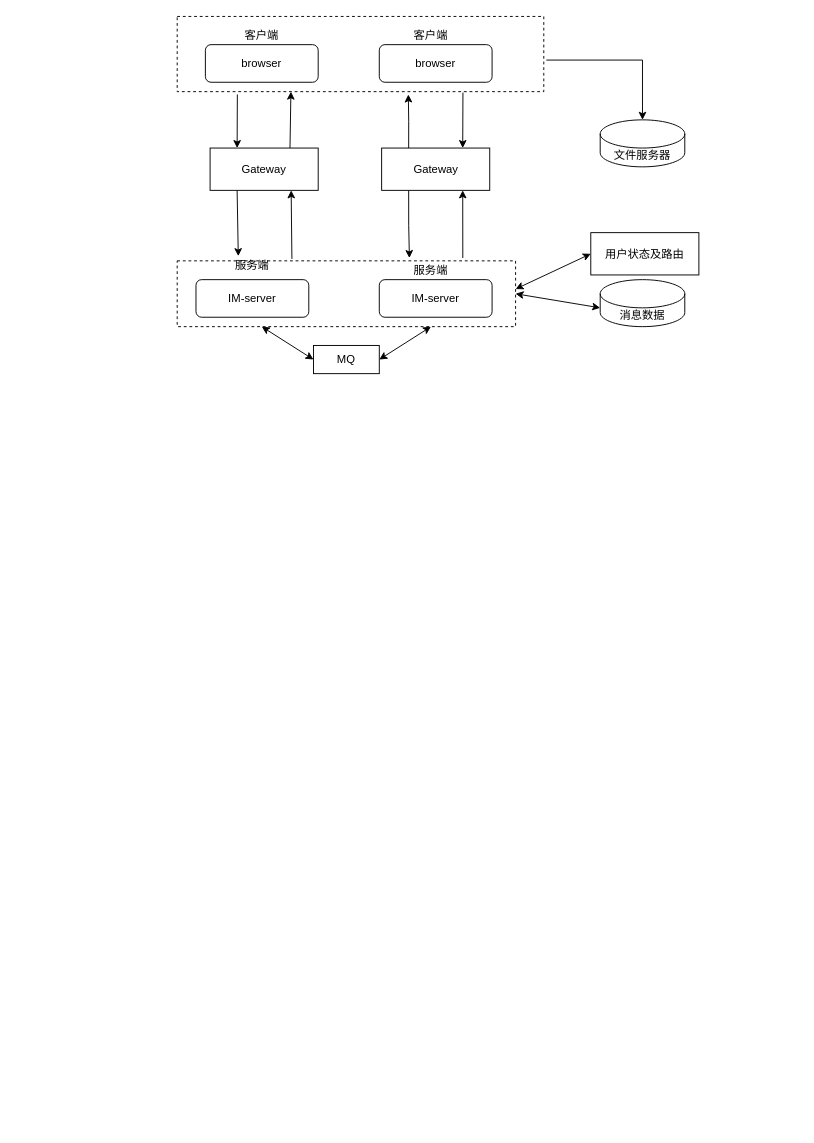
ayuanjm/im keeps this draw.io diagram as draw/Untitled Diagram.drawio. Above is the earlier version. Source tidied: cells renumbered, new cells numbered last; positions are measured from the earlier drawing's top-left corner, leaving out a move shared by most shapes. Both pictures are drawn from the tidied source at 94%, with x=0, y=0 at pixel (177, 16).
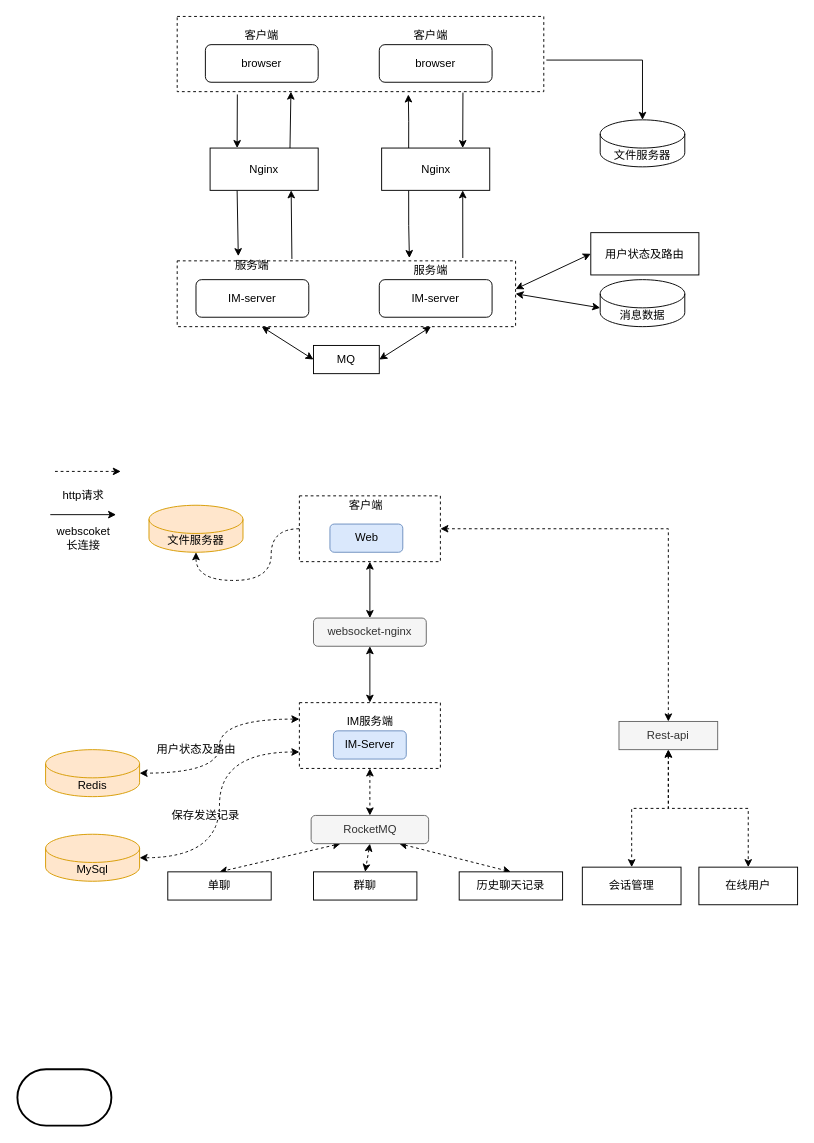
The same diagram, later.

Change to the diagram source:
```diff
@@
+    <mxCell id="31" style="edgeStyle=orthogonalEdgeStyle;rounded=0;jettySize=auto;html=1;exitX=0;exitY=0.5;exitDx=0;exitDy=0;entryX=0.5;entryY=1;entryDx=0;entryDy=0;entryPerimeter=0;startArrow=none;startFill=0;strokeColor=#000000;curved=1;dashed=1;" parent="1" edge="1" source="34" target="35">
+      <mxGeometry relative="1" as="geometry" />
+    </mxCell>
+    <mxCell id="32" style="edgeStyle=none;rounded=0;jettySize=auto;html=1;exitX=0.5;exitY=1;exitDx=0;exitDy=0;entryX=0.5;entryY=0;entryDx=0;entryDy=0;startArrow=classic;startFill=1;strokeColor=#000000;" parent="1" edge="1" source="34" target="39">
+      <mxGeometry relative="1" as="geometry" />
+    </mxCell>
+    <mxCell id="33" style="edgeStyle=orthogonalEdgeStyle;rounded=0;jettySize=auto;html=1;exitX=1;exitY=0.5;exitDx=0;exitDy=0;entryX=0.5;entryY=0;entryDx=0;entryDy=0;startArrow=classic;startFill=1;strokeColor=#000000;dashed=1;" parent="1" edge="1" source="34" target="55">
+      <mxGeometry relative="1" as="geometry" />
+    </mxCell>
+    <mxCell id="34" style="rounded=0;whiteSpace=wrap;html=1;strokeColor=#000000;strokeWidth=1;dashed=1;" parent="1" vertex="1">
+      <mxGeometry x="130" y="510" width="150" height="70" as="geometry" />
+    </mxCell>
@@
-    <mxCell id="10" value="Gateway" style="rounded=0;whiteSpace=wrap;html=1;strokeColor=#000000;strokeWidth=1;" parent="1" vertex="1">
+    <mxCell id="10" value="Nginx" style="rounded=0;whiteSpace=wrap;html=1;strokeColor=#000000;strokeWidth=1;" parent="1" vertex="1">
       <mxGeometry x="217.5" y="140" width="115" height="45" as="geometry" />
     </mxCell>
@@
-    <mxCell id="22" value="Gateway" style="rounded=0;whiteSpace=wrap;html=1;strokeColor=#000000;strokeWidth=1;" parent="1" vertex="1">
+    <mxCell id="22" value="Nginx" style="rounded=0;whiteSpace=wrap;html=1;strokeColor=#000000;strokeWidth=1;" parent="1" vertex="1">
       <mxGeometry x="35" y="140" width="115" height="45" as="geometry" />
     </mxCell>
@@
+    <mxCell id="35" value="文件服务器" style="shape=cylinder3;whiteSpace=wrap;html=1;boundedLbl=1;backgroundOutline=1;size=15;strokeColor=#d79b00;strokeWidth=1;fillColor=#ffe6cc;" parent="1" vertex="1">
+      <mxGeometry x="-30" y="520" width="100" height="50" as="geometry" />
+    </mxCell>
+    <mxCell id="36" value="Web" style="rounded=1;whiteSpace=wrap;html=1;strokeColor=#6c8ebf;strokeWidth=1;fillColor=#dae8fc;" parent="1" vertex="1">
+      <mxGeometry x="162.5" y="540" width="77.5" height="30" as="geometry" />
+    </mxCell>
+    <mxCell id="37" value="客户端" style="text;html=1;strokeColor=none;fillColor=none;align=center;verticalAlign=middle;whiteSpace=wrap;rounded=0;" parent="1" vertex="1">
+      <mxGeometry x="181" y="510" width="40" height="20" as="geometry" />
+    </mxCell>
+    <mxCell id="38" style="edgeStyle=none;rounded=0;jettySize=auto;html=1;exitX=0.5;exitY=1;exitDx=0;exitDy=0;entryX=0.5;entryY=0;entryDx=0;entryDy=0;startArrow=classic;startFill=1;strokeColor=#000000;" parent="1" edge="1" source="39" target="43">
+      <mxGeometry relative="1" as="geometry" />
+    </mxCell>
+    <mxCell id="39" value="websocket-nginx" style="rounded=1;whiteSpace=wrap;html=1;strokeColor=#666666;strokeWidth=1;fillColor=#f5f5f5;fontColor=#333333;" parent="1" vertex="1">
+      <mxGeometry x="145" y="640" width="120" height="30" as="geometry" />
+    </mxCell>
+    <mxCell id="40" style="edgeStyle=none;rounded=0;jettySize=auto;html=1;exitX=0.5;exitY=1;exitDx=0;exitDy=0;startArrow=classic;startFill=1;strokeColor=#000000;dashed=1;" parent="1" edge="1" source="43" target="49">
+      <mxGeometry relative="1" as="geometry" />
+    </mxCell>
+    <mxCell id="41" style="edgeStyle=orthogonalEdgeStyle;rounded=0;jettySize=auto;html=1;exitX=0;exitY=0.25;exitDx=0;exitDy=0;entryX=1;entryY=0.5;entryDx=0;entryDy=0;entryPerimeter=0;startArrow=classic;startFill=1;strokeColor=#000000;curved=1;dashed=1;" parent="1" edge="1" source="43" target="60">
+      <mxGeometry relative="1" as="geometry" />
+    </mxCell>
+    <mxCell id="42" style="edgeStyle=orthogonalEdgeStyle;curved=1;rounded=0;jettySize=auto;html=1;exitX=0;exitY=0.75;exitDx=0;exitDy=0;entryX=1;entryY=0.5;entryDx=0;entryDy=0;entryPerimeter=0;startArrow=classic;startFill=1;strokeColor=#000000;dashed=1;" parent="1" edge="1" source="43" target="59">
+      <mxGeometry relative="1" as="geometry" />
+    </mxCell>
+    <mxCell id="43" style="rounded=0;whiteSpace=wrap;html=1;strokeColor=#000000;strokeWidth=1;dashed=1;" parent="1" vertex="1">
+      <mxGeometry x="130" y="730" width="150" height="70" as="geometry" />
+    </mxCell>
+    <mxCell id="44" value="IM-Server" style="rounded=1;whiteSpace=wrap;html=1;strokeColor=#6c8ebf;strokeWidth=1;fillColor=#dae8fc;" parent="1" vertex="1">
+      <mxGeometry x="166.2" y="760" width="77.5" height="30" as="geometry" />
+    </mxCell>
+    <mxCell id="45" value="IM服务端" style="text;html=1;strokeColor=none;fillColor=none;align=center;verticalAlign=middle;whiteSpace=wrap;rounded=0;" parent="1" vertex="1">
+      <mxGeometry x="177.5" y="740" width="55" height="20" as="geometry" />
+    </mxCell>
+    <mxCell id="46" style="edgeStyle=none;rounded=0;jettySize=auto;html=1;exitX=0.25;exitY=1;exitDx=0;exitDy=0;entryX=0.5;entryY=0;entryDx=0;entryDy=0;startArrow=classic;startFill=1;strokeColor=#000000;dashed=1;" parent="1" edge="1" source="49" target="50">
+      <mxGeometry relative="1" as="geometry" />
+    </mxCell>
+    <mxCell id="47" style="edgeStyle=none;rounded=0;jettySize=auto;html=1;exitX=0.5;exitY=1;exitDx=0;exitDy=0;entryX=0.5;entryY=0;entryDx=0;entryDy=0;startArrow=classic;startFill=1;strokeColor=#000000;dashed=1;" parent="1" edge="1" source="49" target="51">
+      <mxGeometry relative="1" as="geometry" />
+    </mxCell>
+    <mxCell id="48" style="edgeStyle=none;rounded=0;jettySize=auto;html=1;exitX=0.75;exitY=1;exitDx=0;exitDy=0;entryX=0.5;entryY=0;entryDx=0;entryDy=0;startArrow=classic;startFill=1;strokeColor=#000000;dashed=1;" parent="1" edge="1" source="49" target="52">
+      <mxGeometry relative="1" as="geometry" />
+    </mxCell>
+    <mxCell id="49" value="RocketMQ" style="rounded=1;whiteSpace=wrap;html=1;strokeColor=#666666;strokeWidth=1;fillColor=#f5f5f5;fontColor=#333333;" parent="1" vertex="1">
+      <mxGeometry x="142.5" y="850" width="125" height="30" as="geometry" />
+    </mxCell>
+    <mxCell id="50" value="单聊" style="rounded=0;whiteSpace=wrap;html=1;strokeColor=#000000;strokeWidth=1;" parent="1" vertex="1">
+      <mxGeometry x="-10" y="910" width="110" height="30" as="geometry" />
+    </mxCell>
+    <mxCell id="51" value="群聊" style="rounded=0;whiteSpace=wrap;html=1;strokeColor=#000000;strokeWidth=1;" parent="1" vertex="1">
+      <mxGeometry x="145" y="910" width="110" height="30" as="geometry" />
+    </mxCell>
+    <mxCell id="52" value="历史聊天记录" style="rounded=0;whiteSpace=wrap;html=1;strokeColor=#000000;strokeWidth=1;" parent="1" vertex="1">
+      <mxGeometry x="300" y="910" width="110" height="30" as="geometry" />
+    </mxCell>
+    <mxCell id="53" style="edgeStyle=orthogonalEdgeStyle;rounded=0;jettySize=auto;html=1;exitX=0.5;exitY=1;exitDx=0;exitDy=0;entryX=0.5;entryY=0;entryDx=0;entryDy=0;startArrow=classic;startFill=1;strokeColor=#000000;dashed=1;" parent="1" edge="1" source="55" target="57">
+      <mxGeometry relative="1" as="geometry" />
+    </mxCell>
+    <mxCell id="54" style="edgeStyle=orthogonalEdgeStyle;rounded=0;jettySize=auto;html=1;exitX=0.5;exitY=1;exitDx=0;exitDy=0;entryX=0.5;entryY=0;entryDx=0;entryDy=0;startArrow=classic;startFill=1;strokeColor=#000000;dashed=1;" parent="1" edge="1" source="55" target="58">
+      <mxGeometry relative="1" as="geometry" />
+    </mxCell>
+    <mxCell id="55" value="Rest-api" style="rounded=0;whiteSpace=wrap;html=1;strokeColor=#666666;strokeWidth=1;fillColor=#f5f5f5;fontColor=#333333;" parent="1" vertex="1">
+      <mxGeometry x="470" y="750" width="105" height="30" as="geometry" />
+    </mxCell>
+    <mxCell id="56" style="edgeStyle=none;rounded=0;orthogonalLoop=1;jettySize=auto;html=1;exitX=0;exitY=0;exitDx=0;exitDy=0;startArrow=classic;startFill=1;strokeColor=#000000;" parent="1" edge="1" source="55" target="55">
+      <mxGeometry relative="1" as="geometry" />
+    </mxCell>
+    <mxCell id="57" value="在线用户" style="rounded=0;whiteSpace=wrap;html=1;strokeColor=#000000;strokeWidth=1;" parent="1" vertex="1">
+      <mxGeometry x="555" y="905" width="105" height="40" as="geometry" />
+    </mxCell>
+    <mxCell id="58" value="会话管理" style="rounded=0;whiteSpace=wrap;html=1;strokeColor=#000000;strokeWidth=1;" parent="1" vertex="1">
+      <mxGeometry x="431" y="905" width="105" height="40" as="geometry" />
+    </mxCell>
+    <mxCell id="59" value="MySql" style="shape=cylinder3;whiteSpace=wrap;html=1;boundedLbl=1;backgroundOutline=1;size=15;strokeColor=#d79b00;strokeWidth=1;fillColor=#ffe6cc;" parent="1" vertex="1">
+      <mxGeometry x="-140" y="870" width="100" height="50" as="geometry" />
+    </mxCell>
+    <mxCell id="60" value="Redis" style="shape=cylinder3;whiteSpace=wrap;html=1;boundedLbl=1;backgroundOutline=1;size=15;strokeColor=#d79b00;strokeWidth=1;fillColor=#ffe6cc;" parent="1" vertex="1">
+      <mxGeometry x="-140" y="780" width="100" height="50" as="geometry" />
+    </mxCell>
+    <mxCell id="61" value="用户状态及路由" style="text;html=1;align=center;verticalAlign=middle;" parent="1" vertex="1">
+      <mxGeometry x="-30" y="770" width="100" height="20" as="geometry" />
+    </mxCell>
+    <mxCell id="62" value="保存发送记录" style="text;html=1;align=center;verticalAlign=middle;" parent="1" vertex="1">
+      <mxGeometry x="-15" y="840" width="90" height="20" as="geometry" />
+    </mxCell>
+    <mxCell id="63" style="endArrow=classic;html=1;strokeColor=#000000;" parent="1" edge="1">
+      <mxGeometry relative="1" as="geometry">
+        <mxPoint x="-135" y="530" as="sourcePoint" />
+        <mxPoint x="-65" y="530" as="targetPoint" />
+      </mxGeometry>
+    </mxCell>
+    <mxCell id="64" style="endArrow=classic;html=1;dashed=1;strokeColor=#000000;" parent="1" edge="1">
+      <mxGeometry relative="1" as="geometry">
+        <mxPoint x="-130" y="484" as="sourcePoint" />
+        <mxPoint x="-60" y="484" as="targetPoint" />
+      </mxGeometry>
+    </mxCell>
+    <mxCell id="65" value="webscoket&lt;br&gt;长连接" style="text;html=1;align=center;verticalAlign=middle;" parent="1" vertex="1">
+      <mxGeometry x="-135" y="540" width="70" height="30" as="geometry" />
+    </mxCell>
+    <mxCell id="66" value="http请求" style="text;html=1;align=center;verticalAlign=middle;" parent="1" vertex="1">
+      <mxGeometry x="-130" y="500" width="60" height="20" as="geometry" />
+    </mxCell>
+    <mxCell id="67" style="strokeWidth=2;html=1;shape=mxgraph.flowchart.terminator;whiteSpace=wrap;" parent="1" vertex="1">
+      <mxGeometry x="-170" y="1120" width="100" height="60" as="geometry" />
+    </mxCell>
```
